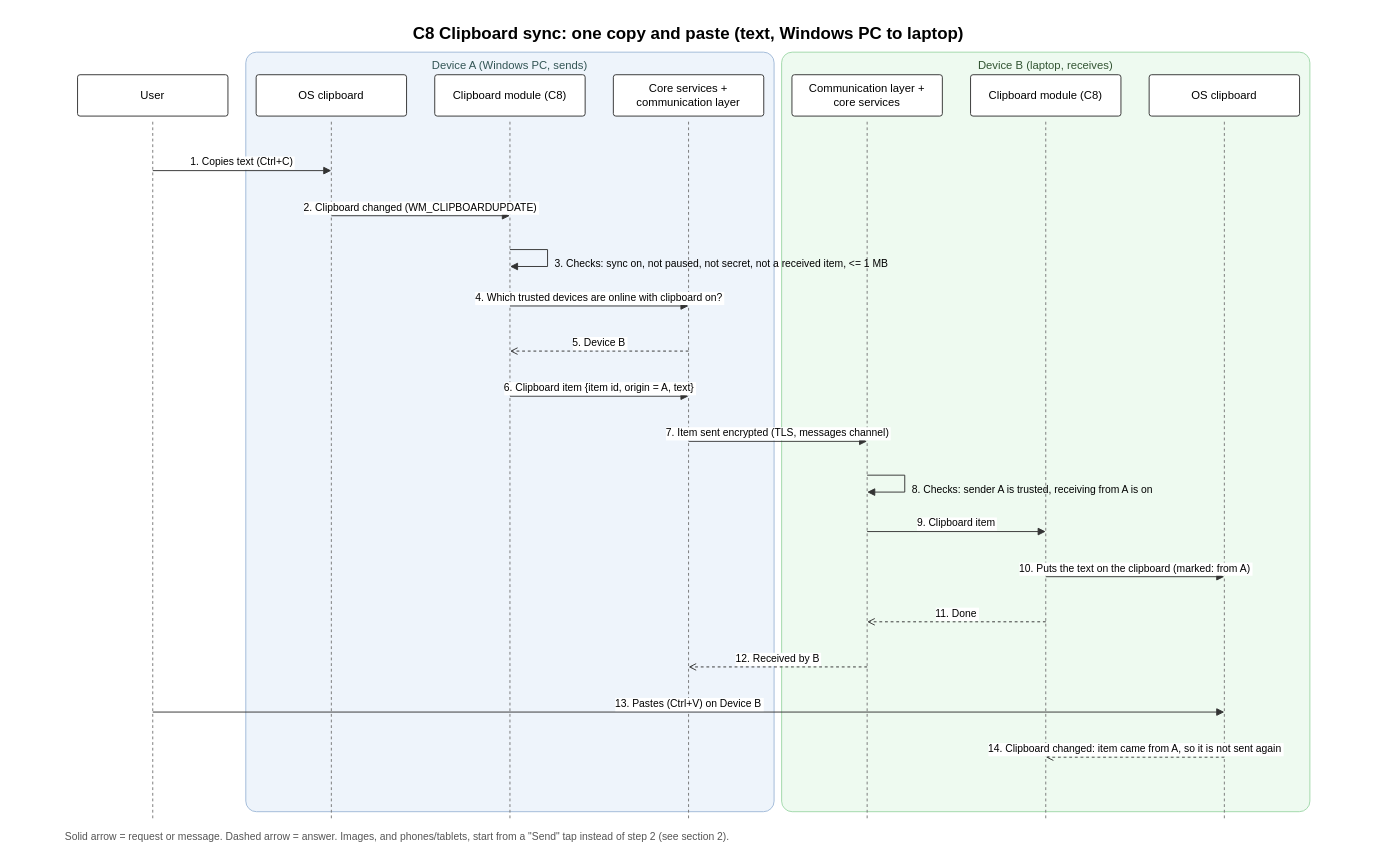
Above: diagrams/C8-clipboard-sequence.drawio in mshraky3/graduation-project-phase-one (draw.io), before the change. Source tidied: cells renumbered, new cells numbered last; positions are measured from the earlier drawing's top-left corner, leaving out a move shared by most shapes. Both pictures are drawn from the tidied source at 94%, with x=0, y=0 at pixel (16, 16).
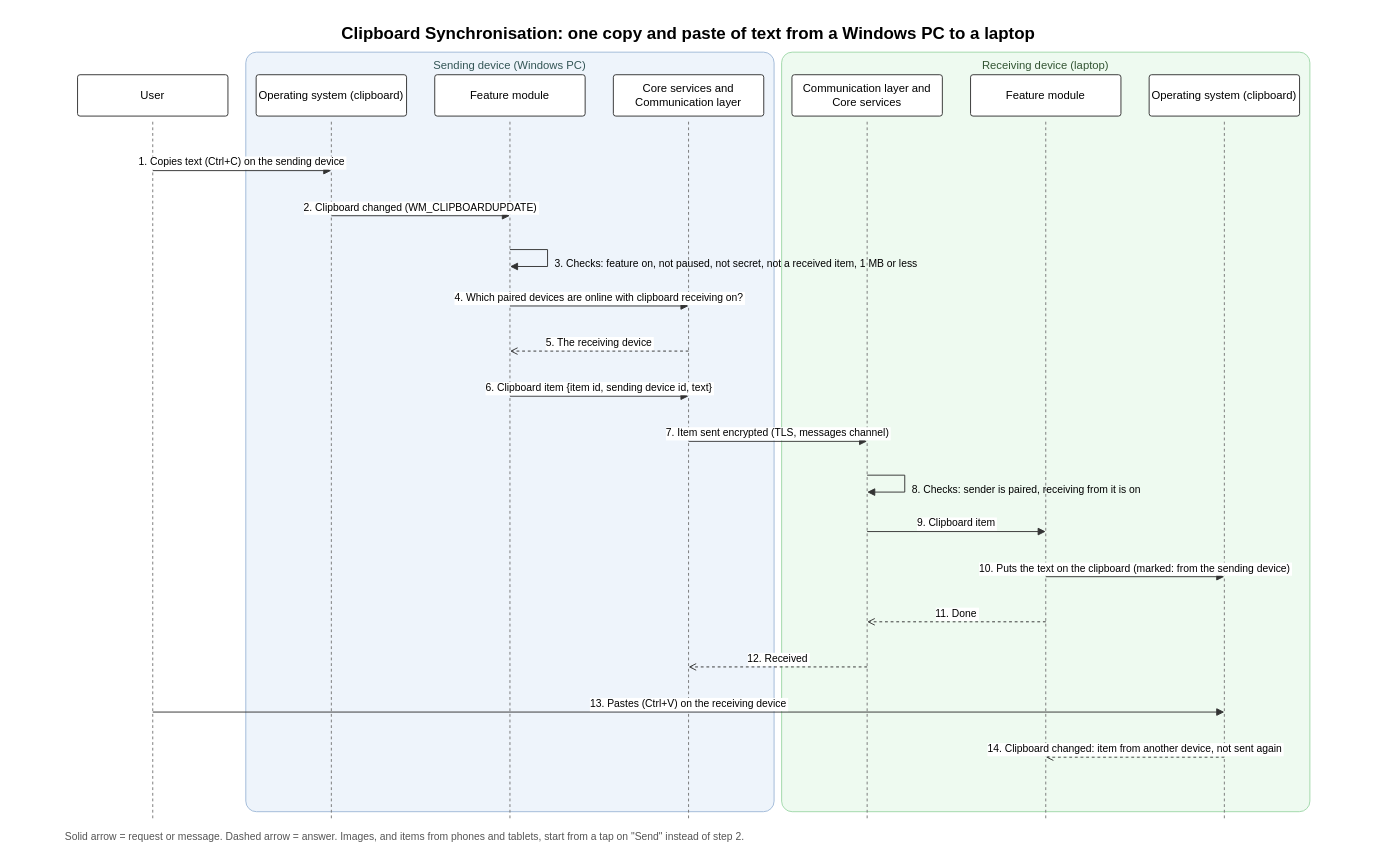
The same page after the edit.

Commit message (it also covers changes not shown here):
C8: rewrite for the user in formal plain English, diagram names from the naming list

Claude-Session: https://claude.ai/code/session_016Gejb1RDNtMpCisQEt9L9p

Change to the diagram source:
```diff
@@
-    <mxCell id="2" value="C8 Clipboard sync: one copy and paste (text, Windows PC to laptop)" style="text;html=0;align=center;fontSize=18;fontStyle=1;" parent="1" vertex="1">
+    <mxCell id="2" value="Clipboard Synchronisation: one copy and paste of text from a Windows PC to a laptop" style="text;html=0;align=center;fontSize=18;fontStyle=1;" parent="1" vertex="1">
       <mxGeometry width="1430" height="30" as="geometry" />
     </mxCell>
-    <mxCell id="3" value="Device A (Windows PC, sends)" style="rounded=1;arcSize=2;fillColor=#eef4fb;strokeColor=#9fb9d8;verticalAlign=top;fontSize=12;fontColor=#335555;" parent="1" vertex="1">
+    <mxCell id="3" value="Sending device (Windows PC)" style="rounded=1;arcSize=2;fillColor=#eef4fb;strokeColor=#9fb9d8;verticalAlign=top;fontSize=12;fontColor=#335555;" parent="1" vertex="1">
       <mxGeometry x="244" y="38" width="562" height="808" as="geometry" />
     </mxCell>
-    <mxCell id="4" value="Device B (laptop, receives)" style="rounded=1;arcSize=2;fillColor=#eefaf0;strokeColor=#9fd8a9;verticalAlign=top;fontSize=12;fontColor=#335533;" parent="1" vertex="1">
+    <mxCell id="4" value="Receiving device (laptop)" style="rounded=1;arcSize=2;fillColor=#eefaf0;strokeColor=#9fd8a9;verticalAlign=top;fontSize=12;fontColor=#335533;" parent="1" vertex="1">
       <mxGeometry x="814" y="38" width="562" height="808" as="geometry" />
     </mxCell>
@@
-    <mxCell id="7" value="OS clipboard" style="rounded=1;arcSize=6;whiteSpace=wrap;html=0;fillColor=#ffffff;strokeColor=#333333;fontSize=12;" parent="1" vertex="1">
+    <mxCell id="7" value="Operating system (clipboard)" style="rounded=1;arcSize=6;whiteSpace=wrap;html=0;fillColor=#ffffff;strokeColor=#333333;fontSize=12;" parent="1" vertex="1">
       <mxGeometry x="255" y="62" width="160" height="44" as="geometry" />
     </mxCell>
@@
-    <mxCell id="9" value="Clipboard module (C8)" style="rounded=1;arcSize=6;whiteSpace=wrap;html=0;fillColor=#ffffff;strokeColor=#333333;fontSize=12;" parent="1" vertex="1">
+    <mxCell id="9" value="Feature module" style="rounded=1;arcSize=6;whiteSpace=wrap;html=0;fillColor=#ffffff;strokeColor=#333333;fontSize=12;" parent="1" vertex="1">
       <mxGeometry x="445" y="62" width="160" height="44" as="geometry" />
     </mxCell>
@@
-    <mxCell id="11" value="Core services +&#10;communication layer" style="rounded=1;arcSize=6;whiteSpace=wrap;html=0;fillColor=#ffffff;strokeColor=#333333;fontSize=12;" parent="1" vertex="1">
+    <mxCell id="11" value="Core services and&#10;Communication layer" style="rounded=1;arcSize=6;whiteSpace=wrap;html=0;fillColor=#ffffff;strokeColor=#333333;fontSize=12;" parent="1" vertex="1">
       <mxGeometry x="635" y="62" width="160" height="44" as="geometry" />
     </mxCell>
@@
-    <mxCell id="13" value="Communication layer +&#10;core services" style="rounded=1;arcSize=6;whiteSpace=wrap;html=0;fillColor=#ffffff;strokeColor=#333333;fontSize=12;" parent="1" vertex="1">
+    <mxCell id="13" value="Communication layer and&#10;Core services" style="rounded=1;arcSize=6;whiteSpace=wrap;html=0;fillColor=#ffffff;strokeColor=#333333;fontSize=12;" parent="1" vertex="1">
       <mxGeometry x="825" y="62" width="160" height="44" as="geometry" />
     </mxCell>
@@
-    <mxCell id="15" value="Clipboard module (C8)" style="rounded=1;arcSize=6;whiteSpace=wrap;html=0;fillColor=#ffffff;strokeColor=#333333;fontSize=12;" parent="1" vertex="1">
+    <mxCell id="15" value="Feature module" style="rounded=1;arcSize=6;whiteSpace=wrap;html=0;fillColor=#ffffff;strokeColor=#333333;fontSize=12;" parent="1" vertex="1">
       <mxGeometry x="1015" y="62" width="160" height="44" as="geometry" />
     </mxCell>
@@
-    <mxCell id="17" value="OS clipboard" style="rounded=1;arcSize=6;whiteSpace=wrap;html=0;fillColor=#ffffff;strokeColor=#333333;fontSize=12;" parent="1" vertex="1">
+    <mxCell id="17" value="Operating system (clipboard)" style="rounded=1;arcSize=6;whiteSpace=wrap;html=0;fillColor=#ffffff;strokeColor=#333333;fontSize=12;" parent="1" vertex="1">
       <mxGeometry x="1205" y="62" width="160" height="44" as="geometry" />
     </mxCell>
@@
-    <mxCell id="19" value="1. Copies text (Ctrl+C)" style="endArrow=block;endFill=1;strokeColor=#333333;fontSize=11;labelBackgroundColor=#ffffff;html=0;verticalAlign=bottom;" parent="1" edge="1">
+    <mxCell id="19" value="1. Copies text (Ctrl+C) on the sending device" style="endArrow=block;endFill=1;strokeColor=#333333;fontSize=11;labelBackgroundColor=#ffffff;html=0;verticalAlign=bottom;" parent="1" edge="1">
       <mxGeometry relative="1" as="geometry">
         <mxPoint x="145" y="164" as="sourcePoint" />
         <mxPoint x="335" y="164" as="targetPoint" />
       </mxGeometry>
     </mxCell>
@@
-    <mxCell id="22" value="3. Checks: sync on, not paused, not secret, not a received item, &lt;= 1 MB" style="text;align=left;fontSize=11;" parent="1" vertex="1">
+    <mxCell id="22" value="3. Checks: feature on, not paused, not secret, not a received item, 1 MB or less" style="text;align=left;fontSize=11;" parent="1" vertex="1">
       <mxGeometry x="571" y="250" width="420" height="16" as="geometry" />
     </mxCell>
-    <mxCell id="23" value="4. Which trusted devices are online with clipboard on?" style="endArrow=block;endFill=1;strokeColor=#333333;fontSize=11;labelBackgroundColor=#ffffff;html=0;verticalAlign=bottom;" parent="1" edge="1">
+    <mxCell id="23" value="4. Which paired devices are online with clipboard receiving on?" style="endArrow=block;endFill=1;strokeColor=#333333;fontSize=11;labelBackgroundColor=#ffffff;html=0;verticalAlign=bottom;" parent="1" edge="1">
       <mxGeometry relative="1" as="geometry">
         <mxPoint x="525" y="308" as="sourcePoint" />
         <mxPoint x="715" y="308" as="targetPoint" />
       </mxGeometry>
     </mxCell>
-    <mxCell id="24" value="5. Device B" style="endArrow=open;dashed=1;strokeColor=#333333;fontSize=11;labelBackgroundColor=#ffffff;html=0;verticalAlign=bottom;" parent="1" edge="1">
+    <mxCell id="24" value="5. The receiving device" style="endArrow=open;dashed=1;strokeColor=#333333;fontSize=11;labelBackgroundColor=#ffffff;html=0;verticalAlign=bottom;" parent="1" edge="1">
       <mxGeometry relative="1" as="geometry">
         <mxPoint x="715" y="356" as="sourcePoint" />
         <mxPoint x="525" y="356" as="targetPoint" />
       </mxGeometry>
     </mxCell>
-    <mxCell id="25" value="6. Clipboard item {item id, origin = A, text}" style="endArrow=block;endFill=1;strokeColor=#333333;fontSize=11;labelBackgroundColor=#ffffff;html=0;verticalAlign=bottom;" parent="1" edge="1">
+    <mxCell id="25" value="6. Clipboard item {item id, sending device id, text}" style="endArrow=block;endFill=1;strokeColor=#333333;fontSize=11;labelBackgroundColor=#ffffff;html=0;verticalAlign=bottom;" parent="1" edge="1">
       <mxGeometry relative="1" as="geometry">
         <mxPoint x="525" y="404" as="sourcePoint" />
         <mxPoint x="715" y="404" as="targetPoint" />
       </mxGeometry>
     </mxCell>
@@
-    <mxCell id="28" value="8. Checks: sender A is trusted, receiving from A is on" style="text;align=left;fontSize=11;" parent="1" vertex="1">
+    <mxCell id="28" value="8. Checks: sender is paired, receiving from it is on" style="text;align=left;fontSize=11;" parent="1" vertex="1">
       <mxGeometry x="951" y="490" width="420" height="16" as="geometry" />
     </mxCell>
@@
-    <mxCell id="30" value="10. Puts the text on the clipboard (marked: from A)" style="endArrow=block;endFill=1;strokeColor=#333333;fontSize=11;labelBackgroundColor=#ffffff;html=0;verticalAlign=bottom;" parent="1" edge="1">
+    <mxCell id="30" value="10. Puts the text on the clipboard (marked: from the sending device)" style="endArrow=block;endFill=1;strokeColor=#333333;fontSize=11;labelBackgroundColor=#ffffff;html=0;verticalAlign=bottom;" parent="1" edge="1">
       <mxGeometry relative="1" as="geometry">
         <mxPoint x="1095" y="596" as="sourcePoint" />
         <mxPoint x="1285" y="596" as="targetPoint" />
       </mxGeometry>
     </mxCell>
@@
-    <mxCell id="32" value="12. Received by B" style="endArrow=open;dashed=1;strokeColor=#333333;fontSize=11;labelBackgroundColor=#ffffff;html=0;verticalAlign=bottom;" parent="1" edge="1">
+    <mxCell id="32" value="12. Received" style="endArrow=open;dashed=1;strokeColor=#333333;fontSize=11;labelBackgroundColor=#ffffff;html=0;verticalAlign=bottom;" parent="1" edge="1">
       <mxGeometry relative="1" as="geometry">
         <mxPoint x="905" y="692" as="sourcePoint" />
         <mxPoint x="715" y="692" as="targetPoint" />
       </mxGeometry>
     </mxCell>
-    <mxCell id="33" value="13. Pastes (Ctrl+V) on Device B" style="endArrow=block;endFill=1;strokeColor=#333333;fontSize=11;labelBackgroundColor=#ffffff;html=0;verticalAlign=bottom;" parent="1" edge="1">
+    <mxCell id="33" value="13. Pastes (Ctrl+V) on the receiving device" style="endArrow=block;endFill=1;strokeColor=#333333;fontSize=11;labelBackgroundColor=#ffffff;html=0;verticalAlign=bottom;" parent="1" edge="1">
       <mxGeometry relative="1" as="geometry">
         <mxPoint x="145" y="740" as="sourcePoint" />
         <mxPoint x="1285" y="740" as="targetPoint" />
       </mxGeometry>
     </mxCell>
-    <mxCell id="34" value="14. Clipboard changed: item came from A, so it is not sent again" style="endArrow=open;dashed=1;strokeColor=#333333;fontSize=11;labelBackgroundColor=#ffffff;html=0;verticalAlign=bottom;" parent="1" edge="1">
+    <mxCell id="34" value="14. Clipboard changed: item from another device, not sent again" style="endArrow=open;dashed=1;strokeColor=#333333;fontSize=11;labelBackgroundColor=#ffffff;html=0;verticalAlign=bottom;" parent="1" edge="1">
       <mxGeometry relative="1" as="geometry">
         <mxPoint x="1285" y="788" as="sourcePoint" />
         <mxPoint x="1095" y="788" as="targetPoint" />
       </mxGeometry>
     </mxCell>
-    <mxCell id="35" value="Solid arrow = request or message. Dashed arrow = answer. Images, and phones/tablets, start from a &quot;Send&quot; tap instead of step 2 (see section 2)." style="text;align=left;fontSize=11;fontColor=#555555;" parent="1" vertex="1">
+    <mxCell id="35" value="Solid arrow = request or message. Dashed arrow = answer. Images, and items from phones and tablets, start from a tap on &quot;Send&quot; instead of step 2." style="text;align=left;fontSize=11;fontColor=#555555;" parent="1" vertex="1">
       <mxGeometry x="50" y="860" width="1330" height="18" as="geometry" />
     </mxCell>
```
